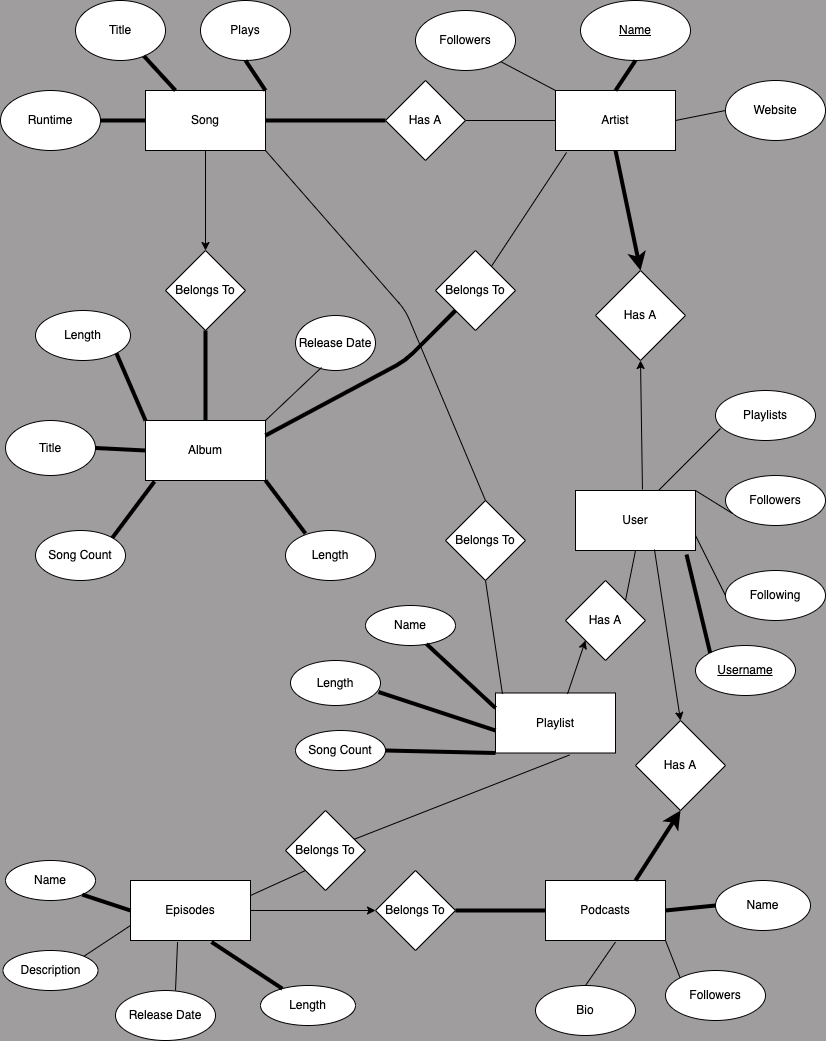
Earlier version of the draw.io export diagrams_notes/schema.png (gmnoe/music_app). Source tidied: cells renumbered, new cells last; positions are measured from the earlier drawing's top-left corner, leaving out a move shared by most shapes.
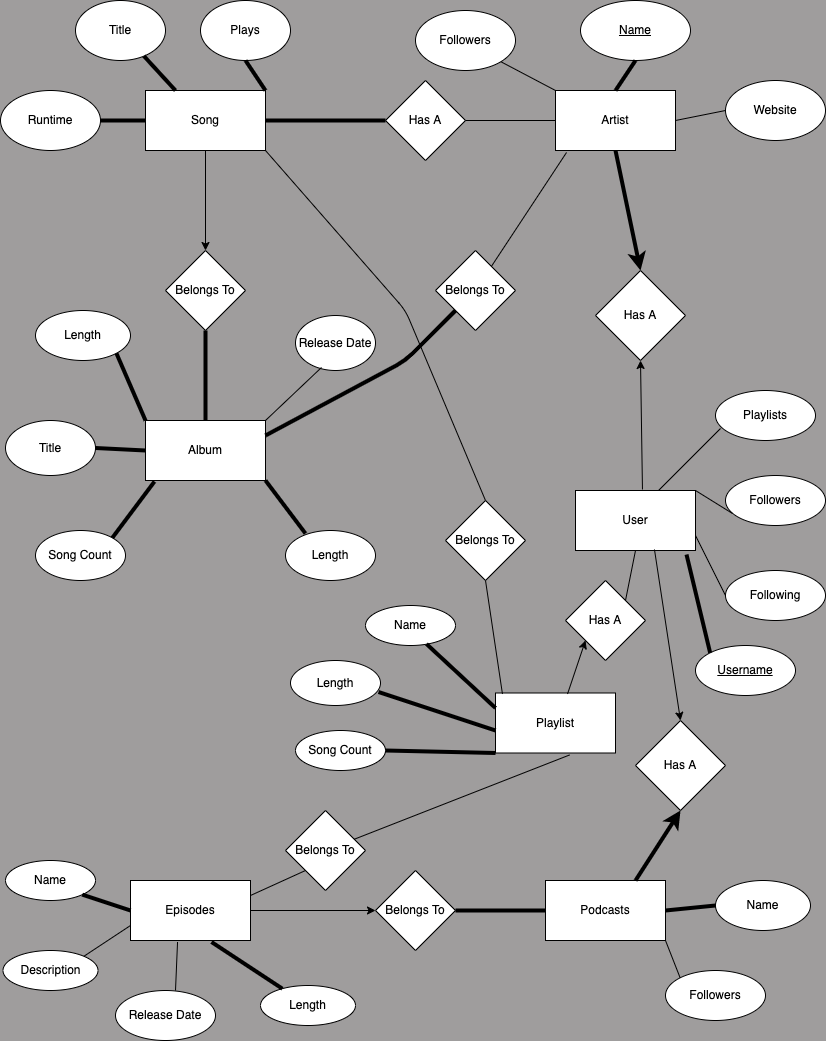
The same diagram one commit later.

The edit, as a diff of the source:
```diff
@@ -53,9 +53,6 @@
     <mxCell id="18" value="&lt;u&gt;Username&lt;span style=&quot;color: rgba(0, 0, 0, 0); font-family: monospace; font-size: 0px; text-align: start;&quot;&gt;%3CmxGraphModel%3E%3Croot%3E%3CmxCell%20id%3D%220%22%2F%3E%3CmxCell%20id%3D%221%22%20parent%3D%220%22%2F%3E%3CmxCell%20id%3D%222%22%20value%3D%22Length%22%20style%3D%22ellipse%3BwhiteSpace%3Dwrap%3Bhtml%3D1%3BfillColor%3D%23f5f5f5%3BfontColor%3D%23333333%3BstrokeColor%3D%23666666%3Brounded%3D0%3B%22%20vertex%3D%221%22%20parent%3D%221%22%3E%3CmxGeometry%20x%3D%22355%22%20y%3D%22480%22%20width%3D%22110%22%20height%3D%2260%22%20as%3D%22geometry%22%2F%3E%3C%2FmxCell%3E%3C%2Froot%3E%3C%2FmxGraphModel%3E&lt;/span&gt;&lt;span style=&quot;color: rgba(0, 0, 0, 0); font-family: monospace; font-size: 0px; text-align: start;&quot;&gt;%3CmxGraphModel%3E%3Croot%3E%3CmxCell%20id%3D%220%22%2F%3E%3CmxCell%20id%3D%221%22%20parent%3D%220%22%2F%3E%3CmxCell%20id%3D%222%22%20value%3D%22Length%22%20style%3D%22ellipse%3BwhiteSpace%3Dwrap%3Bhtml%3D1%3BfillColor%3D%23f5f5f5%3BfontColor%3D%23333333%3BstrokeColor%3D%23666666%3Brounded%3D0%3B%22%20vertex%3D%221%22%20parent%3D%221%22%3E%3CmxGeometry%20x%3D%22355%22%20y%3D%22480%22%20width%3D%22110%22%20height%3D%2260%22%20as%3D%22geometry%22%2F%3E%3C%2FmxCell%3E%3C%2Froot%3E%3C%2FmxGraphModel%3E&lt;/span&gt;&lt;/u&gt;" style="ellipse;whiteSpace=wrap;html=1;rounded=0;" parent="1" vertex="1">
       <mxGeometry x="695" y="645" width="100" height="50" as="geometry" />
     </mxCell>
-    <mxCell id="19" value="Bio" style="ellipse;whiteSpace=wrap;html=1;rounded=0;" parent="1" vertex="1">
-      <mxGeometry x="535" y="985" width="100" height="50" as="geometry" />
-    </mxCell>
     <mxCell id="20" value="Name" style="ellipse;whiteSpace=wrap;html=1;rounded=0;" parent="1" vertex="1">
       <mxGeometry x="715" y="880" width="95" height="50" as="geometry" />
     </mxCell>
@@ -192,9 +189,6 @@
     <mxCell id="63" style="endArrow=none;html=1;strokeWidth=4;entryX=0;entryY=0.5;entryDx=0;entryDy=0;exitX=1;exitY=0.5;exitDx=0;exitDy=0;" parent="1" edge="1" source="7" target="20">
       <mxGeometry relative="1" as="geometry" />
     </mxCell>
-    <mxCell id="64" style="endArrow=none;html=1;strokeWidth=1;entryX=0.583;entryY=1.025;entryDx=0;entryDy=0;entryPerimeter=0;exitX=0.5;exitY=0;exitDx=0;exitDy=0;" parent="1" edge="1" source="19" target="7">
-      <mxGeometry relative="1" as="geometry" />
-    </mxCell>
     <mxCell id="65" style="endArrow=none;html=1;strokeWidth=1;entryX=0.5;entryY=1;entryDx=0;entryDy=0;exitX=1;exitY=0;exitDx=0;exitDy=0;" parent="1" edge="1" source="52" target="5">
       <mxGeometry relative="1" as="geometry" />
     </mxCell>
```
